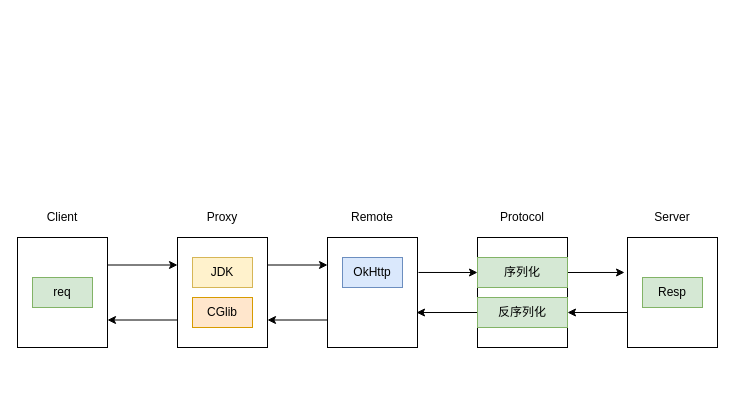
Before: jihe/rpc/oli-rpc.drawio in oliverschen/draw.io, a draw.io diagram. Source tidied: cells renumbered, new cells numbered last; positions are measured from the earlier drawing's top-left corner, leaving out a move shared by most shapes. Both pictures are drawn from the tidied source at 100%, with x=0, y=0 at pixel (17, 207).
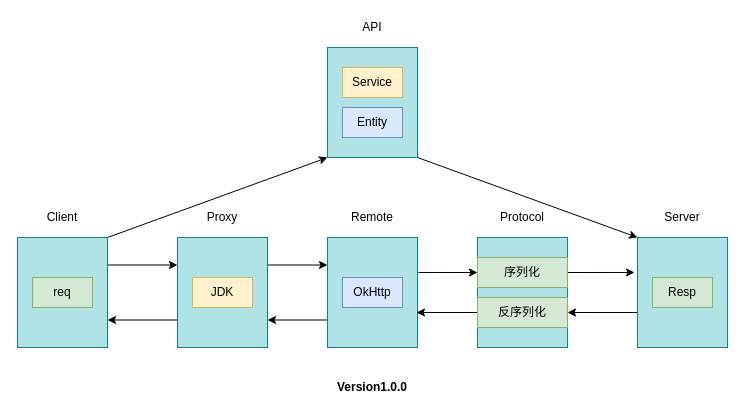
The same diagram, later.

Diff of the diagram source:
```diff
@@
-    <mxCell id="2" style="rounded=0;whiteSpace=wrap;html=1;" parent="1" vertex="1">
+    <mxCell id="2" style="rounded=0;whiteSpace=wrap;html=1;fillColor=#b0e3e6;strokeColor=#0e8088;" parent="1" vertex="1">
       <mxGeometry x="460" y="30" width="90" height="110" as="geometry" />
     </mxCell>
@@
+    <mxCell id="27" style="rounded=0;jettySize=auto;html=1;exitX=1;exitY=0;exitDx=0;exitDy=0;entryX=0;entryY=1;entryDx=0;entryDy=0;" parent="1" edge="1" source="4" target="30">
+      <mxGeometry relative="1" as="geometry" />
+    </mxCell>
-    <mxCell id="4" style="rounded=0;whiteSpace=wrap;html=1;" parent="1" vertex="1">
+    <mxCell id="4" style="rounded=0;whiteSpace=wrap;html=1;fillColor=#b0e3e6;strokeColor=#0e8088;" parent="1" vertex="1">
       <mxGeometry y="30" width="90" height="110" as="geometry" />
     </mxCell>
@@
-    <mxCell id="9" style="rounded=0;whiteSpace=wrap;html=1;" parent="1" vertex="1">
+    <mxCell id="9" style="rounded=0;whiteSpace=wrap;html=1;fillColor=#b0e3e6;strokeColor=#0e8088;" parent="1" vertex="1">
       <mxGeometry x="160" y="30" width="90" height="110" as="geometry" />
     </mxCell>
@@
     <mxCell id="11" value="JDK" style="rounded=0;whiteSpace=wrap;html=1;fillColor=#fff2cc;strokeColor=#d6b656;" parent="1" vertex="1">
-      <mxGeometry x="175" y="50" width="60" height="30" as="geometry" />
+      <mxGeometry x="175" y="70" width="60" height="30" as="geometry" />
     </mxCell>
-    <mxCell id="12" value="CGlib" style="rounded=0;whiteSpace=wrap;html=1;fillColor=#ffe6cc;strokeColor=#d79b00;" parent="1" vertex="1">
-      <mxGeometry x="175" y="90" width="60" height="30" as="geometry" />
-    </mxCell>
@@
-    <mxCell id="15" style="rounded=0;whiteSpace=wrap;html=1;" parent="1" vertex="1">
+    <mxCell id="15" style="rounded=0;whiteSpace=wrap;html=1;fillColor=#b0e3e6;strokeColor=#0e8088;" parent="1" vertex="1">
       <mxGeometry x="310" y="30" width="90" height="110" as="geometry" />
     </mxCell>
@@
     <mxCell id="17" value="OkHttp" style="rounded=0;whiteSpace=wrap;html=1;fillColor=#dae8fc;strokeColor=#6c8ebf;" parent="1" vertex="1">
-      <mxGeometry x="325" y="50" width="60" height="30" as="geometry" />
+      <mxGeometry x="325" y="70" width="60" height="30" as="geometry" />
     </mxCell>
@@
-    <mxCell id="19" style="rounded=0;whiteSpace=wrap;html=1;" parent="1" vertex="1">
-      <mxGeometry x="610" y="30" width="90" height="110" as="geometry" />
+    <mxCell id="19" style="rounded=0;whiteSpace=wrap;html=1;fillColor=#b0e3e6;strokeColor=#0e8088;" parent="1" vertex="1">
+      <mxGeometry x="620" y="30" width="90" height="110" as="geometry" />
     </mxCell>
     <mxCell id="20" value="Server" style="text;html=1;strokeColor=none;fillColor=none;align=center;verticalAlign=middle;whiteSpace=wrap;rounded=0;" parent="1" vertex="1">
-      <mxGeometry x="635" width="40" height="20" as="geometry" />
+      <mxGeometry x="645" width="40" height="20" as="geometry" />
     </mxCell>
     <mxCell id="21" value="Resp" style="rounded=0;whiteSpace=wrap;html=1;fillColor=#d5e8d4;strokeColor=#82b366;" parent="1" vertex="1">
-      <mxGeometry x="625" y="70" width="60" height="30" as="geometry" />
+      <mxGeometry x="635" y="70" width="60" height="30" as="geometry" />
     </mxCell>
@@
+    <mxCell id="28" value="&lt;b&gt;Version1.0.0&lt;/b&gt;" style="text;html=1;strokeColor=none;fillColor=none;align=center;verticalAlign=middle;whiteSpace=wrap;rounded=0;" parent="1" vertex="1">
+      <mxGeometry x="320" y="170" width="70" height="20" as="geometry" />
+    </mxCell>
+    <mxCell id="29" style="edgeStyle=none;rounded=0;jettySize=auto;html=1;exitX=1;exitY=1;exitDx=0;exitDy=0;entryX=0;entryY=0;entryDx=0;entryDy=0;" parent="1" edge="1" source="30" target="19">
+      <mxGeometry relative="1" as="geometry" />
+    </mxCell>
+    <mxCell id="30" style="rounded=0;whiteSpace=wrap;html=1;fillColor=#b0e3e6;strokeColor=#0e8088;" parent="1" vertex="1">
+      <mxGeometry x="310" y="-160" width="90" height="110" as="geometry" />
+    </mxCell>
+    <mxCell id="31" value="API" style="text;html=1;strokeColor=none;fillColor=none;align=center;verticalAlign=middle;whiteSpace=wrap;rounded=0;" parent="1" vertex="1">
+      <mxGeometry x="335" y="-190" width="40" height="20" as="geometry" />
+    </mxCell>
+    <mxCell id="32" value="Service" style="rounded=0;whiteSpace=wrap;html=1;fillColor=#fff2cc;strokeColor=#d6b656;" parent="1" vertex="1">
+      <mxGeometry x="325" y="-140" width="60" height="30" as="geometry" />
+    </mxCell>
+    <mxCell id="33" value="Entity" style="rounded=0;whiteSpace=wrap;html=1;fillColor=#dae8fc;strokeColor=#6c8ebf;" parent="1" vertex="1">
+      <mxGeometry x="325" y="-100" width="60" height="30" as="geometry" />
+    </mxCell>
```
